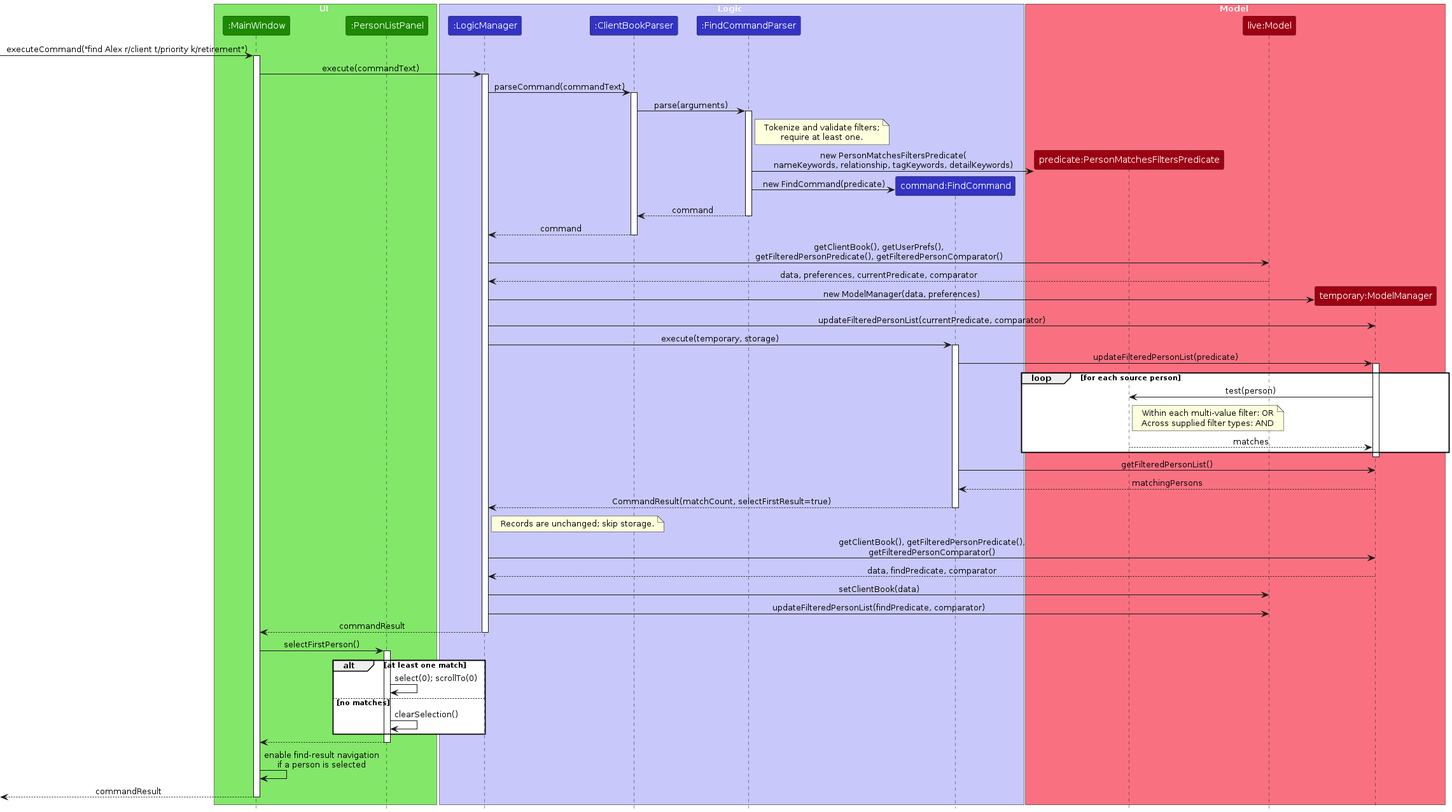
The PlantUML diagram diagrams/FindSequenceDiagram.png in AY2627S1-CS2103T-F14a-4/tp, before a commit. Its source is kept beside it as diagrams/FindSequenceDiagram.puml.
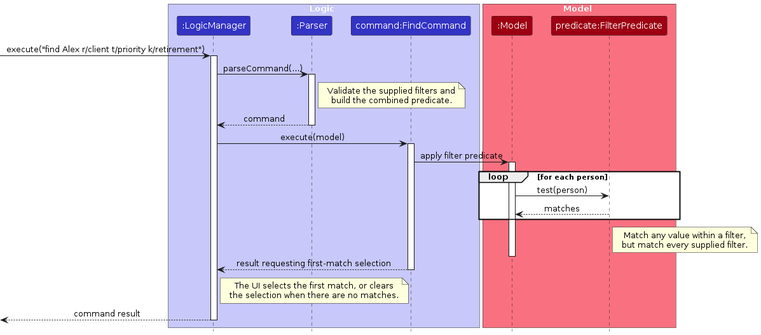
The same diagram one commit later.

Diff of the diagram source:
```diff
@@ -2,79 +2,38 @@
 !include style.puml
 skinparam ArrowFontStyle plain
 
-box UI UI_COLOR_T1
-participant ":MainWindow" as MainWindow UI_COLOR
-participant ":PersonListPanel" as PersonListPanel UI_COLOR
-end box
-
 box Logic LOGIC_COLOR_T1
 participant ":LogicManager" as Logic LOGIC_COLOR
-participant ":ClientBookParser" as Parser LOGIC_COLOR
-participant ":FindCommandParser" as FindParser LOGIC_COLOR
+participant ":Parser" as Parser LOGIC_COLOR
 participant "command:FindCommand" as Command LOGIC_COLOR
 end box
 
 box Model MODEL_COLOR_T1
-participant "predicate:PersonMatchesFiltersPredicate" as Predicate MODEL_COLOR
-participant "live:Model" as Live MODEL_COLOR
-participant "temporary:ModelManager" as Temp MODEL_COLOR
+participant ":Model" as Model MODEL_COLOR
+participant "predicate:FilterPredicate" as Predicate MODEL_COLOR
 end box
 
-[-> MainWindow : executeCommand("find Alex r/client t/priority k/retirement")
-activate MainWindow
-MainWindow -> Logic : execute(commandText)
+[-> Logic : execute("find Alex r/client t/priority k/retirement")
 activate Logic
-Logic -> Parser : parseCommand(commandText)
+Logic -> Parser : parseCommand(...)
 activate Parser
-Parser -> FindParser : parse(arguments)
-activate FindParser
-note right of FindParser : Tokenize and validate filters;\nrequire at least one.
-create Predicate
-FindParser -> Predicate : new PersonMatchesFiltersPredicate(\nnameKeywords, relationship, tagKeywords, detailKeywords)
-create Command
-FindParser -> Command : new FindCommand(predicate)
-FindParser --> Parser : command
-deactivate FindParser
+note right of Parser : Validate the supplied filters and\nbuild the combined predicate.
 Parser --> Logic : command
 deactivate Parser
 
-Logic -> Live : getClientBook(), getUserPrefs(),\ngetFilteredPersonPredicate(), getFilteredPersonComparator()
-Live --> Logic : data, preferences, currentPredicate, comparator
-create Temp
-Logic -> Temp : new ModelManager(data, preferences)
-Logic -> Temp : updateFilteredPersonList(currentPredicate, comparator)
-Logic -> Command : execute(temporary, storage)
+Logic -> Command : execute(model)
 activate Command
-Command -> Temp : updateFilteredPersonList(predicate)
-activate Temp
-loop for each source person
-    Temp -> Predicate : test(person)
-    note right of Predicate : Within each multi-value filter: OR\nAcross supplied filter types: AND
-    Predicate --> Temp : matches
+Command -> Model : apply filter predicate
+activate Model
+loop for each person
+    Model -> Predicate : test(person)
+    Predicate --> Model : matches
 end
-deactivate Temp
-Command -> Temp : getFilteredPersonList()
-Temp --> Command : matchingPersons
-Command --> Logic : CommandResult(matchCount, selectFirstResult=true)
+note right of Predicate : Match any value within a filter,\nbut match every supplied filter.
+deactivate Model
+Command --> Logic : result requesting first-match selection
 deactivate Command
-
-note right of Logic : Records are unchanged; skip storage.
-Logic -> Temp : getClientBook(), getFilteredPersonPredicate(),\ngetFilteredPersonComparator()
-Temp --> Logic : data, findPredicate, comparator
-Logic -> Live : setClientBook(data)
-Logic -> Live : updateFilteredPersonList(findPredicate, comparator)
-Logic --> MainWindow : commandResult
+note right of Logic : The UI selects the first match, or clears\nthe selection when there are no matches.
+[<-- Logic : command result
 deactivate Logic
-MainWindow -> PersonListPanel : selectFirstPerson()
-activate PersonListPanel
-alt at least one match
-    PersonListPanel -> PersonListPanel : select(0); scrollTo(0)
-else no matches
-    PersonListPanel -> PersonListPanel : clearSelection()
-end
-PersonListPanel --> MainWindow
-deactivate PersonListPanel
-MainWindow -> MainWindow : enable find-result navigation\nif a person is selected
-[<-- MainWindow : commandResult
-deactivate MainWindow
 @enduml
```
